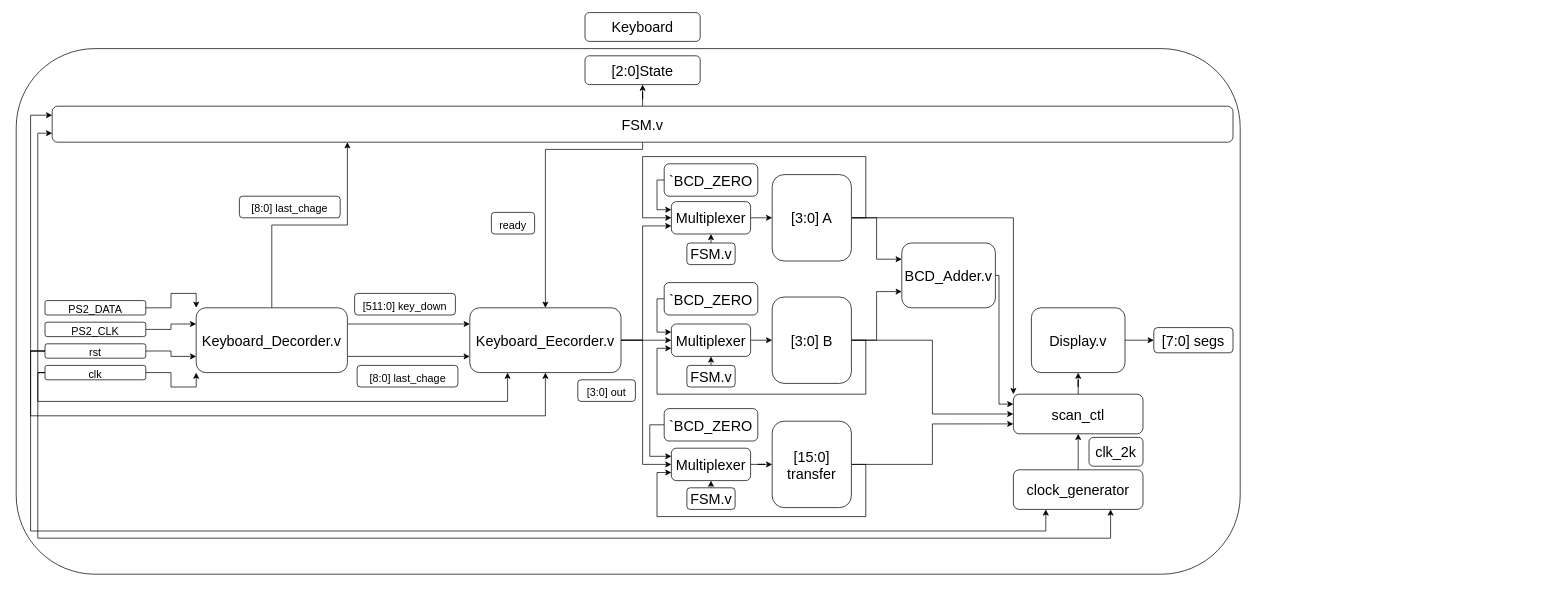
Earlier version of the draw.io diagram Keyboard_3.drawio (Allenaxe/diagram). Source tidied: cells renumbered, new cells numbered last; positions are measured from the earlier drawing's top-left corner, leaving out a move shared by most shapes. Both pictures are drawn from the tidied source at 72%, with x=0, y=0 at pixel (16, 12).
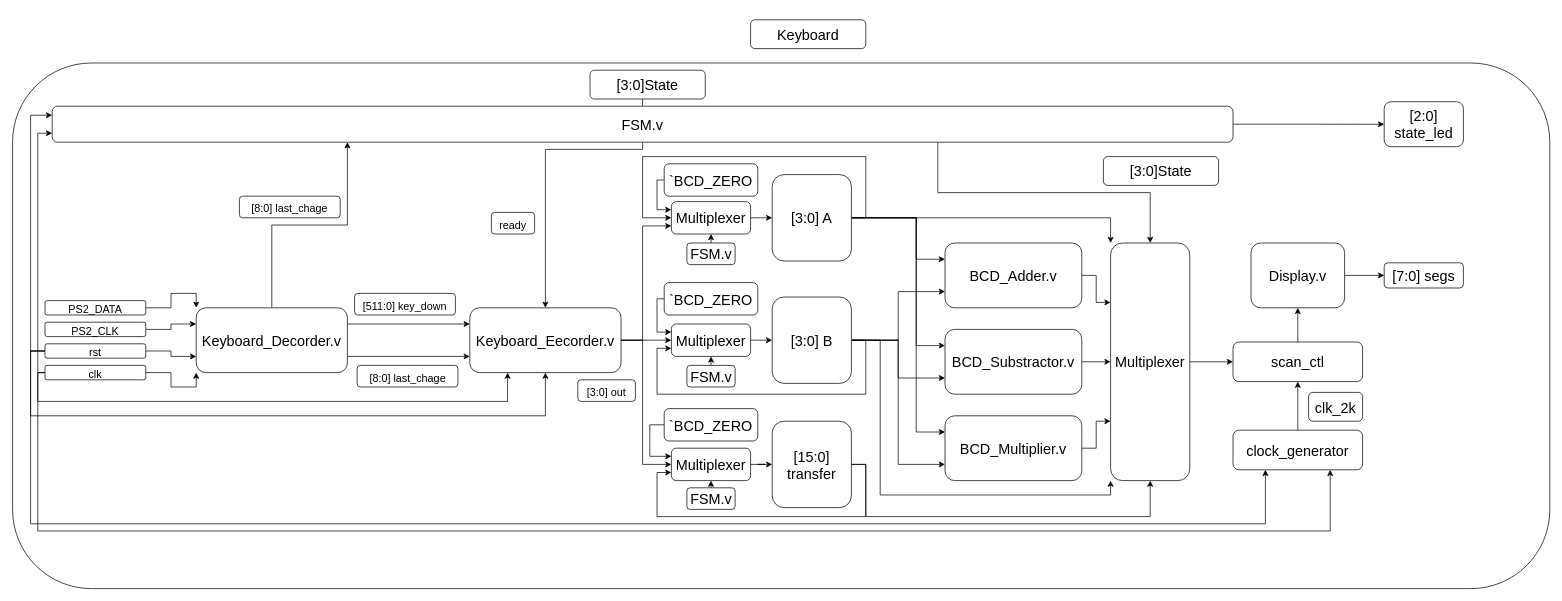
Above is the later version.

Unchanged cells that the change refers to:
```xml
<mxCell id="21" value="&lt;span style=&quot;font-size: 15px&quot;&gt;rst&lt;/span&gt;" style="rounded=1;whiteSpace=wrap;html=1;fontSize=20;" parent="1" vertex="1">
  <mxGeometry x="40" y="460" width="140" height="20" as="geometry" />
</mxCell>
<mxCell id="26" value="&lt;span style=&quot;font-size: 15px&quot;&gt;clk&lt;/span&gt;" style="rounded=1;whiteSpace=wrap;html=1;fontSize=20;" parent="1" vertex="1">
  <mxGeometry x="40" y="490" width="140" height="20" as="geometry" />
</mxCell>
<mxCell id="35" value="[3:0] A" style="rounded=1;whiteSpace=wrap;html=1;fontSize=20;" parent="1" vertex="1">
  <mxGeometry x="1050" y="225" width="110" height="120" as="geometry" />
</mxCell>
<mxCell id="39" value="[3:0] B" style="rounded=1;whiteSpace=wrap;html=1;fontSize=20;" parent="1" vertex="1">
  <mxGeometry x="1050" y="395" width="110" height="120" as="geometry" />
</mxCell>
<mxCell id="42" value="[15:0] transfer" style="rounded=1;whiteSpace=wrap;html=1;fontSize=20;" parent="1" vertex="1">
  <mxGeometry x="1050" y="567.5" width="110" height="120" as="geometry" />
</mxCell>
<mxCell id="69" value="&lt;span style=&quot;font-size: 20px&quot;&gt;FSM.v&lt;/span&gt;" style="whiteSpace=wrap;html=1;rounded=1;" parent="1" vertex="1">
  <mxGeometry x="50" y="130" width="1640" height="50" as="geometry" />
</mxCell>
```

The edit, as a diff of the source:
```diff
@@
     <mxCell id="2" style="rounded=1;whiteSpace=wrap;html=1;fontSize=20;" parent="1" vertex="1">
-      <mxGeometry y="50" width="1700" height="730" as="geometry" />
+      <mxGeometry x="-5" y="70" width="2135" height="730" as="geometry" />
     </mxCell>
@@
+    <mxCell id="20" style="edgeStyle=orthogonalEdgeStyle;rounded=0;jettySize=auto;html=1;exitX=0;exitY=0.5;exitDx=0;exitDy=0;entryX=0;entryY=0.25;entryDx=0;entryDy=0;fontSize=20;" parent="1" edge="1" source="21" target="69">
+      <mxGeometry relative="1" as="geometry" />
+    </mxCell>
     <mxCell id="19" style="edgeStyle=orthogonalEdgeStyle;rounded=0;jettySize=auto;html=1;exitX=0;exitY=0.5;exitDx=0;exitDy=0;entryX=0.25;entryY=1;entryDx=0;entryDy=0;fontSize=20;" parent="1" edge="1" source="21" target="62">
       <mxGeometry relative="1" as="geometry">
         <Array as="points">
           <mxPoint x="20" y="470" />
-          <mxPoint x="20" y="720" />
-          <mxPoint x="1430" y="720" />
+          <mxPoint x="20" y="710" />
+          <mxPoint x="1735" y="710" />
         </Array>
       </mxGeometry>
     </mxCell>
-    <mxCell id="20" style="edgeStyle=orthogonalEdgeStyle;rounded=0;jettySize=auto;html=1;exitX=0;exitY=0.5;exitDx=0;exitDy=0;entryX=0;entryY=0.25;entryDx=0;entryDy=0;fontSize=20;" parent="1" edge="1" source="21" target="69">
-      <mxGeometry relative="1" as="geometry" />
-    </mxCell>
@@
+    <mxCell id="25" style="edgeStyle=orthogonalEdgeStyle;rounded=0;jettySize=auto;html=1;exitX=0;exitY=0.5;exitDx=0;exitDy=0;entryX=0;entryY=0.75;entryDx=0;entryDy=0;fontSize=20;" parent="1" edge="1" source="26" target="69">
+      <mxGeometry relative="1" as="geometry">
+        <Array as="points">
+          <mxPoint x="30" y="500" />
+          <mxPoint x="30" y="168" />
+        </Array>
+      </mxGeometry>
+    </mxCell>
-    <mxCell id="24" style="edgeStyle=orthogonalEdgeStyle;rounded=0;jettySize=auto;html=1;exitX=0;exitY=0.5;exitDx=0;exitDy=0;fontSize=20;entryX=0.75;entryY=1;entryDx=0;entryDy=0;" parent="1" edge="1" source="26" target="62">
+    <mxCell id="24" style="edgeStyle=orthogonalEdgeStyle;rounded=0;jettySize=auto;html=1;exitX=0;exitY=0.5;exitDx=0;exitDy=0;entryX=0.75;entryY=1;entryDx=0;entryDy=0;fontSize=20;" parent="1" edge="1" source="26" target="62">
       <mxGeometry relative="1" as="geometry">
         <Array as="points">
           <mxPoint x="30" y="500" />
-          <mxPoint x="30" y="730" />
-          <mxPoint x="1520" y="730" />
+          <mxPoint x="30" y="720" />
+          <mxPoint x="1825" y="720" />
         </Array>
       </mxGeometry>
     </mxCell>
-    <mxCell id="25" style="edgeStyle=orthogonalEdgeStyle;rounded=0;jettySize=auto;html=1;exitX=0;exitY=0.5;exitDx=0;exitDy=0;entryX=0;entryY=0.75;entryDx=0;entryDy=0;fontSize=20;" parent="1" edge="1" source="26" target="69">
-      <mxGeometry relative="1" as="geometry">
-        <Array as="points">
-          <mxPoint x="30" y="500" />
-          <mxPoint x="30" y="168" />
-        </Array>
-      </mxGeometry>
-    </mxCell>
@@
     <mxCell id="28" value="&lt;font style=&quot;font-size: 20px&quot;&gt;Display.v&lt;/font&gt;" style="whiteSpace=wrap;html=1;rounded=1;" parent="1" vertex="1">
-      <mxGeometry x="1410" y="410" width="130" height="90" as="geometry" />
+      <mxGeometry x="1715" y="320" width="130" height="90" as="geometry" />
     </mxCell>
     <mxCell id="29" value="&lt;font style=&quot;font-size: 20px&quot;&gt;[7:0] segs&lt;/font&gt;" style="whiteSpace=wrap;html=1;rounded=1;" parent="1" vertex="1">
-      <mxGeometry x="1580" y="437.5" width="110" height="35" as="geometry" />
+      <mxGeometry x="1900" y="347.5" width="110" height="35" as="geometry" />
     </mxCell>
@@
     <mxCell id="33" style="edgeStyle=orthogonalEdgeStyle;rounded=0;jettySize=auto;html=1;exitX=1;exitY=0.5;exitDx=0;exitDy=0;entryX=0;entryY=0.25;entryDx=0;entryDy=0;fontSize=20;" parent="1" edge="1" source="35" target="60">
-      <mxGeometry relative="1" as="geometry" />
+      <mxGeometry relative="1" as="geometry">
+        <Array as="points">
+          <mxPoint x="1250" y="285" />
+          <mxPoint x="1250" y="343" />
+        </Array>
+      </mxGeometry>
     </mxCell>
-    <mxCell id="34" style="edgeStyle=orthogonalEdgeStyle;rounded=0;jettySize=auto;html=1;exitX=1;exitY=0.5;exitDx=0;exitDy=0;entryX=0;entryY=0;entryDx=0;entryDy=0;fontSize=20;" parent="1" edge="1" source="35" target="65">
-      <mxGeometry relative="1" as="geometry" />
-    </mxCell>
+    <mxCell id="74" style="edgeStyle=orthogonalEdgeStyle;rounded=0;jettySize=auto;html=1;exitX=1;exitY=0.5;exitDx=0;exitDy=0;entryX=0;entryY=0.25;entryDx=0;entryDy=0;" parent="1" edge="1" source="35" target="85">
+      <mxGeometry relative="1" as="geometry">
+        <Array as="points">
+          <mxPoint x="1250" y="285" />
+          <mxPoint x="1250" y="463" />
+        </Array>
+      </mxGeometry>
+    </mxCell>
+    <mxCell id="75" style="edgeStyle=orthogonalEdgeStyle;rounded=0;jettySize=auto;html=1;exitX=1;exitY=0.5;exitDx=0;exitDy=0;entryX=0;entryY=0.25;entryDx=0;entryDy=0;" parent="1" edge="1" source="35" target="87">
+      <mxGeometry relative="1" as="geometry">
+        <Array as="points">
+          <mxPoint x="1250" y="285" />
+          <mxPoint x="1250" y="583" />
+        </Array>
+      </mxGeometry>
+    </mxCell>
+    <mxCell id="76" style="edgeStyle=orthogonalEdgeStyle;rounded=0;jettySize=auto;html=1;exitX=1;exitY=0.5;exitDx=0;exitDy=0;entryX=0;entryY=0;entryDx=0;entryDy=0;" parent="1" edge="1" source="35" target="89">
+      <mxGeometry relative="1" as="geometry" />
+    </mxCell>
@@
-    <mxCell id="38" style="edgeStyle=orthogonalEdgeStyle;rounded=0;jettySize=auto;html=1;exitX=1;exitY=0.5;exitDx=0;exitDy=0;entryX=0;entryY=0.5;entryDx=0;entryDy=0;fontSize=20;" parent="1" edge="1" source="39" target="65">
-      <mxGeometry relative="1" as="geometry" />
-    </mxCell>
+    <mxCell id="77" style="edgeStyle=orthogonalEdgeStyle;rounded=0;jettySize=auto;html=1;exitX=1;exitY=0.5;exitDx=0;exitDy=0;entryX=0;entryY=0.75;entryDx=0;entryDy=0;" parent="1" edge="1" source="39" target="85">
+      <mxGeometry relative="1" as="geometry" />
+    </mxCell>
+    <mxCell id="78" style="edgeStyle=orthogonalEdgeStyle;rounded=0;jettySize=auto;html=1;exitX=1;exitY=0.5;exitDx=0;exitDy=0;entryX=0;entryY=0.75;entryDx=0;entryDy=0;" parent="1" edge="1" source="39" target="87">
+      <mxGeometry relative="1" as="geometry" />
+    </mxCell>
+    <mxCell id="79" style="edgeStyle=orthogonalEdgeStyle;rounded=0;jettySize=auto;html=1;exitX=1;exitY=0.5;exitDx=0;exitDy=0;entryX=0;entryY=1;entryDx=0;entryDy=0;" parent="1" edge="1" source="39" target="89">
+      <mxGeometry relative="1" as="geometry">
+        <Array as="points">
+          <mxPoint x="1200" y="455" />
+          <mxPoint x="1200" y="670" />
+          <mxPoint x="1520" y="670" />
+        </Array>
+      </mxGeometry>
+    </mxCell>
@@
-    <mxCell id="41" style="edgeStyle=orthogonalEdgeStyle;rounded=0;jettySize=auto;html=1;exitX=1;exitY=0.5;exitDx=0;exitDy=0;entryX=0;entryY=0.75;entryDx=0;entryDy=0;fontSize=20;" parent="1" edge="1" source="42" target="65">
-      <mxGeometry relative="1" as="geometry" />
-    </mxCell>
+    <mxCell id="80" style="edgeStyle=orthogonalEdgeStyle;rounded=0;jettySize=auto;html=1;exitX=1;exitY=0.5;exitDx=0;exitDy=0;entryX=0.5;entryY=1;entryDx=0;entryDy=0;fontSize=20;" parent="1" edge="1" source="42" target="89">
+      <mxGeometry relative="1" as="geometry">
+        <Array as="points">
+          <mxPoint x="1180" y="628" />
+          <mxPoint x="1180" y="700" />
+          <mxPoint x="1575" y="700" />
+        </Array>
+      </mxGeometry>
+    </mxCell>
@@
-    <mxCell id="59" style="edgeStyle=orthogonalEdgeStyle;rounded=0;jettySize=auto;html=1;exitX=1;exitY=0.5;exitDx=0;exitDy=0;entryX=0;entryY=0.25;entryDx=0;entryDy=0;fontSize=20;" parent="1" edge="1" source="60" target="65">
-      <mxGeometry relative="1" as="geometry">
-        <Array as="points">
-          <mxPoint x="1365" y="365" />
-          <mxPoint x="1365" y="544" />
-        </Array>
-      </mxGeometry>
-    </mxCell>
+    <mxCell id="81" style="edgeStyle=orthogonalEdgeStyle;rounded=0;jettySize=auto;html=1;exitX=1;exitY=0.5;exitDx=0;exitDy=0;entryX=0;entryY=0.25;entryDx=0;entryDy=0;" parent="1" edge="1" source="60" target="89">
+      <mxGeometry relative="1" as="geometry" />
+    </mxCell>
     <mxCell id="60" value="&lt;font style=&quot;font-size: 20px&quot;&gt;BCD_Adder.v&lt;/font&gt;" style="whiteSpace=wrap;html=1;rounded=1;" parent="1" vertex="1">
-      <mxGeometry x="1230" y="320" width="130" height="90" as="geometry" />
+      <mxGeometry x="1290" y="320" width="190" height="90" as="geometry" />
     </mxCell>
@@
     <mxCell id="62" value="&lt;font style=&quot;font-size: 20px&quot;&gt;clock_generator&lt;/font&gt;" style="whiteSpace=wrap;html=1;rounded=1;" parent="1" vertex="1">
-      <mxGeometry x="1385" y="635" width="180" height="55" as="geometry" />
+      <mxGeometry x="1690" y="580" width="180" height="55" as="geometry" />
     </mxCell>
     <mxCell id="63" value="&lt;span style=&quot;font-size: 20px&quot;&gt;clk_2k&lt;/span&gt;" style="whiteSpace=wrap;html=1;rounded=1;" parent="1" vertex="1">
-      <mxGeometry x="1490" y="590" width="75" height="40" as="geometry" />
+      <mxGeometry x="1795" y="527.5" width="75" height="40" as="geometry" />
     </mxCell>
@@
     <mxCell id="65" value="&lt;font style=&quot;font-size: 20px&quot;&gt;scan_ctl&lt;br&gt;&lt;/font&gt;" style="whiteSpace=wrap;html=1;rounded=1;" parent="1" vertex="1">
-      <mxGeometry x="1385" y="530" width="180" height="55" as="geometry" />
+      <mxGeometry x="1690" y="457.5" width="180" height="55" as="geometry" />
     </mxCell>
@@
+    <mxCell id="82" style="edgeStyle=orthogonalEdgeStyle;rounded=0;jettySize=auto;html=1;" parent="1" edge="1" source="69" target="90">
+      <mxGeometry relative="1" as="geometry" />
+    </mxCell>
+    <mxCell id="83" style="edgeStyle=orthogonalEdgeStyle;rounded=0;jettySize=auto;html=1;exitX=0.75;exitY=1;exitDx=0;exitDy=0;entryX=0.5;entryY=0;entryDx=0;entryDy=0;fontSize=20;" parent="1" edge="1" source="69" target="89">
+      <mxGeometry relative="1" as="geometry" />
+    </mxCell>
@@
-    <mxCell id="70" value="&lt;font style=&quot;font-size: 20px&quot;&gt;[2:0]State&lt;/font&gt;" style="whiteSpace=wrap;html=1;rounded=1;" parent="1" vertex="1">
-      <mxGeometry x="790" y="60" width="160" height="40" as="geometry" />
+    <mxCell id="70" value="&lt;font style=&quot;font-size: 20px&quot;&gt;[3:0]State&lt;/font&gt;" style="whiteSpace=wrap;html=1;rounded=1;" parent="1" vertex="1">
+      <mxGeometry x="797" y="80" width="160" height="40" as="geometry" />
     </mxCell>
@@
     <mxCell id="73" value="&lt;font style=&quot;font-size: 20px&quot;&gt;Keyboard&lt;/font&gt;" style="whiteSpace=wrap;html=1;rounded=1;" parent="1" vertex="1">
-      <mxGeometry x="790" width="160" height="40" as="geometry" />
+      <mxGeometry x="1020" y="10" width="160" height="40" as="geometry" />
     </mxCell>
+    <mxCell id="84" style="edgeStyle=orthogonalEdgeStyle;rounded=0;jettySize=auto;html=1;exitX=1;exitY=0.5;exitDx=0;exitDy=0;entryX=0;entryY=0.5;entryDx=0;entryDy=0;" parent="1" edge="1" source="85" target="89">
+      <mxGeometry relative="1" as="geometry" />
+    </mxCell>
+    <mxCell id="85" value="&lt;font style=&quot;font-size: 20px&quot;&gt;BCD_Substractor.v&lt;/font&gt;" style="whiteSpace=wrap;html=1;rounded=1;" parent="1" vertex="1">
+      <mxGeometry x="1290" y="440" width="190" height="90" as="geometry" />
+    </mxCell>
+    <mxCell id="86" style="edgeStyle=orthogonalEdgeStyle;rounded=0;jettySize=auto;html=1;exitX=1;exitY=0.5;exitDx=0;exitDy=0;entryX=0;entryY=0.75;entryDx=0;entryDy=0;" parent="1" edge="1" source="87" target="89">
+      <mxGeometry relative="1" as="geometry" />
+    </mxCell>
+    <mxCell id="87" value="&lt;font style=&quot;font-size: 20px&quot;&gt;BCD_Multiplier.v&lt;/font&gt;" style="whiteSpace=wrap;html=1;rounded=1;" parent="1" vertex="1">
+      <mxGeometry x="1290" y="560" width="190" height="90" as="geometry" />
+    </mxCell>
+    <mxCell id="88" style="edgeStyle=orthogonalEdgeStyle;rounded=0;jettySize=auto;html=1;exitX=1;exitY=0.5;exitDx=0;exitDy=0;entryX=0;entryY=0.5;entryDx=0;entryDy=0;" parent="1" edge="1" source="89" target="65">
+      <mxGeometry relative="1" as="geometry" />
+    </mxCell>
+    <mxCell id="89" value="&lt;span style=&quot;font-size: 20px&quot;&gt;Multiplexer&lt;/span&gt;" style="whiteSpace=wrap;html=1;rounded=1;" parent="1" vertex="1">
+      <mxGeometry x="1520" y="320" width="110" height="330" as="geometry" />
+    </mxCell>
+    <mxCell id="90" value="&lt;font style=&quot;font-size: 20px&quot;&gt;[2:0] state_led&lt;/font&gt;" style="whiteSpace=wrap;html=1;rounded=1;" parent="1" vertex="1">
+      <mxGeometry x="1900" y="123.8" width="110" height="62.5" as="geometry" />
+    </mxCell>
+    <mxCell id="91" value="&lt;font style=&quot;font-size: 20px&quot;&gt;[3:0]State&lt;/font&gt;" style="whiteSpace=wrap;html=1;rounded=1;" parent="1" vertex="1">
+      <mxGeometry x="1510" y="200" width="160" height="40" as="geometry" />
+    </mxCell>
```
